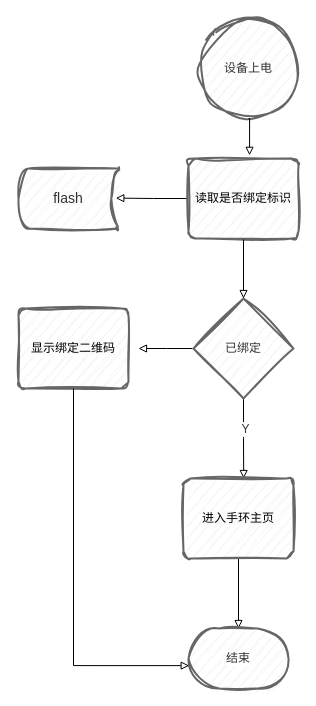
Before: 流程图-手环.drawio in nayouzhenai/java_web, a draw.io diagram. Source tidied: cells renumbered, new cells numbered last; positions are measured from the earlier drawing's top-left corner, leaving out a move shared by most shapes. Both pictures are drawn from the tidied source at 100%, with x=0, y=0 at pixel (18, 18).
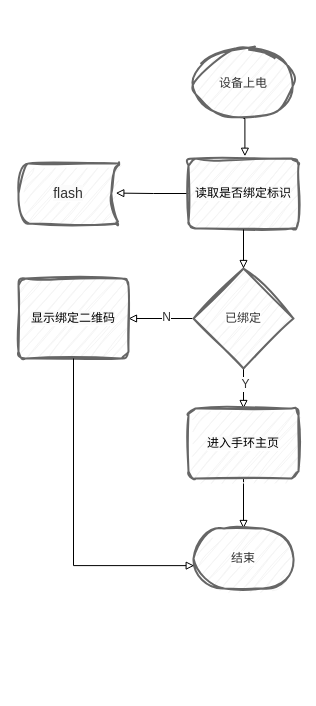
After the change.

Commit message (it also covers changes not shown here):
更新流程图-手环.drawio

Diff of the diagram source:
```diff
@@
 <mxGraphModel>
   <root>
     <mxCell id="0" />
     <mxCell id="1" parent="0" />
-    <mxCell id="2" value="设备上电" style="strokeWidth=2;html=1;shape=mxgraph.flowchart.start_2;whiteSpace=wrap;rounded=1;shadow=0;glass=0;sketch=1;jiggle=2;curveFitting=1;strokeColor=#666666;align=center;verticalAlign=middle;fontFamily=Helvetica;fontSize=12;fontColor=#333333;fillColor=#f5f5f5;" parent="1" vertex="1">
-      <mxGeometry x="180" width="100" height="100" as="geometry" />
+    <mxCell id="2" value="设备上电" style="strokeWidth=2;html=1;shape=mxgraph.flowchart.start_2;whiteSpace=wrap;rounded=1;shadow=0;glass=0;sketch=1;jiggle=2;curveFitting=1;align=center;verticalAlign=middle;fontFamily=Helvetica;fontSize=12;fillColor=#f5f5f5;fontColor=#333333;strokeColor=#666666;" parent="1" vertex="1">
+      <mxGeometry x="175" y="30" width="100" height="70" as="geometry" />
     </mxCell>
-    <mxCell id="3" style="edgeStyle=orthogonalEdgeStyle;rounded=0;jettySize=auto;html=1;exitX=0.5;exitY=1;exitDx=0;exitDy=0;exitPerimeter=0;entryX=0.555;entryY=-0.04;entryDx=0;entryDy=0;entryPerimeter=0;fontFamily=Helvetica;fontSize=12;fontColor=#333333;targetPerimeterSpacing=1;sourcePerimeterSpacing=1;endArrow=block;endFill=0;" parent="1" edge="1" source="2" target="6">
+    <mxCell id="3" style="edgeStyle=orthogonalEdgeStyle;rounded=0;jettySize=auto;html=1;exitX=0.5;exitY=1;exitDx=0;exitDy=0;exitPerimeter=0;entryX=0.513;entryY=-0.032;entryDx=0;entryDy=0;entryPerimeter=0;fontFamily=Helvetica;fontSize=12;fontColor=#333333;targetPerimeterSpacing=1;sourcePerimeterSpacing=1;endArrow=block;endFill=0;" parent="1" edge="1" source="2" target="6">
       <mxGeometry relative="1" as="geometry" />
     </mxCell>
     <mxCell id="4" style="edgeStyle=orthogonalEdgeStyle;rounded=0;jettySize=auto;html=1;entryX=0.973;entryY=0.493;entryDx=0;entryDy=0;entryPerimeter=0;fontFamily=Helvetica;fontSize=12;fontColor=#333333;exitX=0;exitY=0.5;exitDx=0;exitDy=0;endArrow=block;endFill=0;" parent="1" edge="1" source="6" target="5">
       <mxGeometry relative="1" as="geometry" />
     </mxCell>
     <mxCell id="5" value="&lt;span style=&quot;font-family: Calibri; font-size: 14px; background-color: rgb(251, 251, 251);&quot;&gt;flash&lt;/span&gt;" style="strokeWidth=2;html=1;shape=mxgraph.flowchart.stored_data;whiteSpace=wrap;rounded=1;shadow=0;glass=0;sketch=1;jiggle=2;curveFitting=1;strokeColor=#666666;align=center;verticalAlign=middle;fontFamily=Helvetica;fontSize=12;fontColor=#333333;labelBackgroundColor=default;fillColor=#f5f5f5;" parent="1" vertex="1">
-      <mxGeometry y="150" width="100" height="60" as="geometry" />
+      <mxGeometry y="145" width="100" height="60" as="geometry" />
     </mxCell>
     <mxCell id="6" value="&lt;span style=&quot;color: rgb(0, 0, 0); background-color: rgb(251, 251, 251);&quot;&gt;读取是否绑定标识&lt;/span&gt;" style="rounded=1;whiteSpace=wrap;html=1;absoluteArcSize=1;arcSize=14;strokeWidth=2;shadow=0;glass=0;sketch=1;jiggle=2;curveFitting=1;strokeColor=#666666;align=center;verticalAlign=middle;fontFamily=Helvetica;fontSize=12;fontColor=#333333;labelBackgroundColor=default;fillColor=#f5f5f5;" parent="1" vertex="1">
-      <mxGeometry x="170" y="140" width="110" height="80" as="geometry" />
+      <mxGeometry x="170" y="140" width="110" height="70" as="geometry" />
     </mxCell>
-    <mxCell id="7" style="edgeStyle=orthogonalEdgeStyle;rounded=0;jettySize=auto;html=1;exitX=0.5;exitY=1;exitDx=0;exitDy=0;exitPerimeter=0;strokeColor=default;align=center;verticalAlign=middle;fontFamily=Helvetica;fontSize=12;fontColor=#333333;labelBackgroundColor=default;endArrow=block;endFill=0;sourcePerimeterSpacing=1;targetPerimeterSpacing=1;" parent="1" edge="1" source="10">
-      <mxGeometry relative="1" as="geometry">
-        <mxPoint x="225.2" y="460" as="targetPoint" />
-      </mxGeometry>
+    <mxCell id="7" style="edgeStyle=orthogonalEdgeStyle;rounded=0;jettySize=auto;html=1;exitX=0.5;exitY=1;exitDx=0;exitDy=0;exitPerimeter=0;strokeColor=default;align=center;verticalAlign=middle;fontFamily=Helvetica;fontSize=12;fontColor=#333333;labelBackgroundColor=default;endArrow=block;endFill=0;sourcePerimeterSpacing=1;targetPerimeterSpacing=1;entryX=0.5;entryY=0;entryDx=0;entryDy=0;" parent="1" edge="1" source="10" target="13">
+      <mxGeometry relative="1" as="geometry" />
     </mxCell>
     <mxCell id="8" value="Y" style="edgeLabel;html=1;align=center;verticalAlign=middle;rounded=1;shadow=0;glass=0;sketch=1;jiggle=2;curveFitting=1;strokeColor=#666666;strokeWidth=2;fontFamily=Helvetica;fontSize=12;fontColor=#333333;labelBackgroundColor=default;fillColor=#f5f5f5;" parent="7" vertex="1">
       <mxGeometry x="-0.26" y="1" relative="1" as="geometry" />
     </mxCell>
-    <mxCell id="9" style="edgeStyle=orthogonalEdgeStyle;rounded=0;jettySize=auto;html=1;strokeColor=default;align=center;verticalAlign=middle;fontFamily=Helvetica;fontSize=12;fontColor=#333333;labelBackgroundColor=default;endArrow=block;endFill=0;sourcePerimeterSpacing=1;targetPerimeterSpacing=1;entryX=1;entryY=0.5;entryDx=0;entryDy=0;" parent="1" edge="1" source="10">
-      <mxGeometry relative="1" as="geometry">
-        <mxPoint x="120" y="330" as="targetPoint" />
-      </mxGeometry>
+    <mxCell id="9" style="edgeStyle=orthogonalEdgeStyle;rounded=0;jettySize=auto;html=1;strokeColor=default;align=center;verticalAlign=middle;fontFamily=Helvetica;fontSize=12;fontColor=#333333;labelBackgroundColor=default;endArrow=block;endFill=0;sourcePerimeterSpacing=1;targetPerimeterSpacing=1;entryX=1;entryY=0.5;entryDx=0;entryDy=0;" parent="1" edge="1" source="10" target="15">
+      <mxGeometry relative="1" as="geometry" />
     </mxCell>
+    <mxCell id="17" value="N" style="edgeLabel;html=1;align=center;verticalAlign=middle;rounded=1;shadow=0;glass=0;sketch=1;jiggle=2;curveFitting=1;strokeColor=#666666;strokeWidth=2;fontFamily=Helvetica;fontSize=12;fontColor=#333333;labelBackgroundColor=default;fillColor=#f5f5f5;" parent="9" vertex="1">
+      <mxGeometry x="-0.16" y="-2" relative="1" as="geometry" />
+    </mxCell>
     <mxCell id="10" value="已绑定" style="strokeWidth=2;html=1;shape=mxgraph.flowchart.decision;whiteSpace=wrap;rounded=1;shadow=0;glass=0;sketch=1;jiggle=2;curveFitting=1;strokeColor=#666666;align=center;verticalAlign=middle;fontFamily=Helvetica;fontSize=12;fontColor=#333333;labelBackgroundColor=default;fillColor=#f5f5f5;" parent="1" vertex="1">
-      <mxGeometry x="175" y="280" width="100" height="100" as="geometry" />
+      <mxGeometry x="175" y="250" width="100" height="100" as="geometry" />
     </mxCell>
     <mxCell id="11" style="edgeStyle=orthogonalEdgeStyle;rounded=0;jettySize=auto;html=1;entryX=0.5;entryY=0;entryDx=0;entryDy=0;entryPerimeter=0;strokeColor=default;align=center;verticalAlign=middle;fontFamily=Helvetica;fontSize=12;fontColor=#333333;labelBackgroundColor=default;endArrow=block;endFill=0;sourcePerimeterSpacing=1;targetPerimeterSpacing=1;" parent="1" edge="1" source="6" target="10">
       <mxGeometry relative="1" as="geometry" />
     </mxCell>
     <mxCell id="12" style="edgeStyle=orthogonalEdgeStyle;rounded=0;jettySize=auto;html=1;exitX=0.5;exitY=1;exitDx=0;exitDy=0;strokeColor=default;align=center;verticalAlign=middle;fontFamily=Helvetica;fontSize=12;fontColor=#333333;labelBackgroundColor=default;endArrow=block;endFill=0;sourcePerimeterSpacing=1;targetPerimeterSpacing=1;entryX=0.5;entryY=0;entryDx=0;entryDy=0;entryPerimeter=0;" parent="1" edge="1" source="13" target="14">
       <mxGeometry relative="1" as="geometry" />
     </mxCell>
     <mxCell id="13" value="&lt;font color=&quot;#000000&quot;&gt;&lt;span style=&quot;background-color: rgb(251, 251, 251);&quot;&gt;进入手环主页&lt;/span&gt;&lt;/font&gt;" style="rounded=1;whiteSpace=wrap;html=1;absoluteArcSize=1;arcSize=14;strokeWidth=2;shadow=0;glass=0;sketch=1;jiggle=2;curveFitting=1;strokeColor=#666666;align=center;verticalAlign=middle;fontFamily=Helvetica;fontSize=12;fontColor=#333333;labelBackgroundColor=default;fillColor=#f5f5f5;" parent="1" vertex="1">
-      <mxGeometry x="165" y="460" width="110" height="80" as="geometry" />
+      <mxGeometry x="170" y="390" width="110" height="70" as="geometry" />
     </mxCell>
     <mxCell id="14" value="结束" style="strokeWidth=2;html=1;shape=mxgraph.flowchart.terminator;whiteSpace=wrap;rounded=1;shadow=0;glass=0;sketch=1;jiggle=2;curveFitting=1;strokeColor=#666666;align=center;verticalAlign=middle;fontFamily=Helvetica;fontSize=12;fontColor=#333333;labelBackgroundColor=default;fillColor=#f5f5f5;" parent="1" vertex="1">
-      <mxGeometry x="170" y="610" width="100" height="60" as="geometry" />
+      <mxGeometry x="175" y="510" width="100" height="60" as="geometry" />
     </mxCell>
     <mxCell id="15" value="&lt;font color=&quot;#000000&quot;&gt;&lt;span style=&quot;background-color: rgb(251, 251, 251);&quot;&gt;显示绑定二维码&lt;/span&gt;&lt;/font&gt;" style="rounded=1;whiteSpace=wrap;html=1;absoluteArcSize=1;arcSize=14;strokeWidth=2;shadow=0;glass=0;sketch=1;jiggle=2;curveFitting=1;strokeColor=#666666;align=center;verticalAlign=middle;fontFamily=Helvetica;fontSize=12;fontColor=#333333;labelBackgroundColor=default;fillColor=#f5f5f5;" parent="1" vertex="1">
-      <mxGeometry y="290" width="110" height="80" as="geometry" />
+      <mxGeometry y="260" width="110" height="80" as="geometry" />
     </mxCell>
     <mxCell id="16" style="edgeStyle=orthogonalEdgeStyle;rounded=0;jettySize=auto;html=1;exitX=0.5;exitY=1;exitDx=0;exitDy=0;entryX=0.007;entryY=0.619;entryDx=0;entryDy=0;entryPerimeter=0;strokeColor=default;align=center;verticalAlign=middle;fontFamily=Helvetica;fontSize=12;fontColor=#333333;labelBackgroundColor=default;endArrow=block;endFill=0;sourcePerimeterSpacing=1;targetPerimeterSpacing=1;" parent="1" edge="1" source="15" target="14">
       <mxGeometry relative="1" as="geometry" />
     </mxCell>
   </root>
 </mxGraphModel>
```
